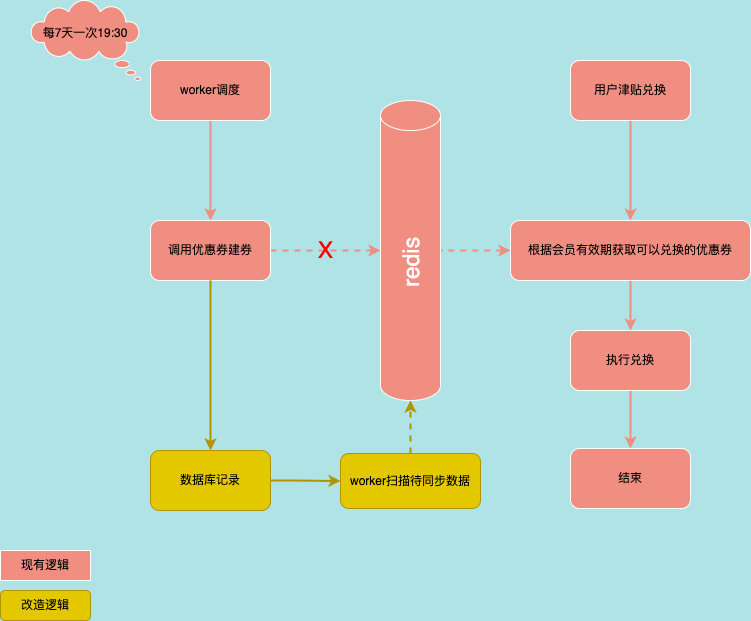
The draw.io diagram 自动建券.png in 845642761/diagram, before a commit. Source tidied: cells renumbered, new cells last; positions are measured from the earlier drawing's top-left corner, leaving out a move shared by most shapes.
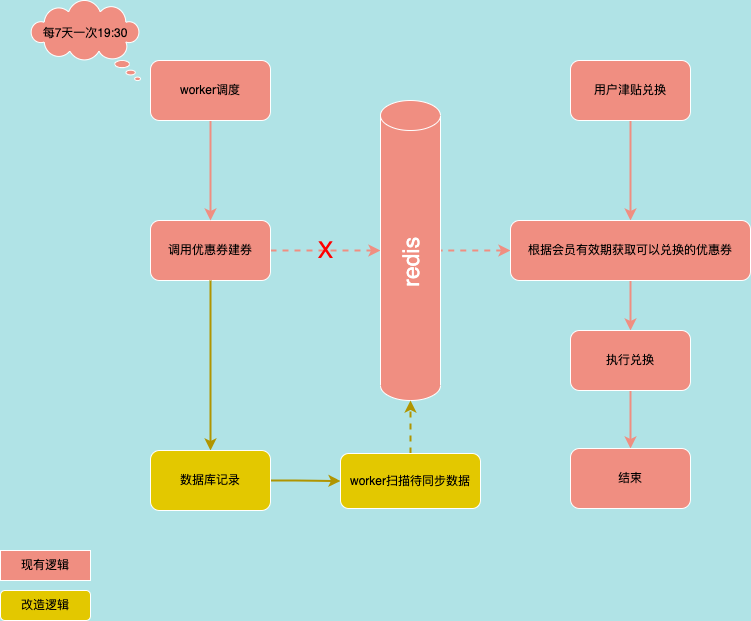
After the change.

Commit message:
更新自动建券.png

Change to the diagram source:
```diff
@@ -50,19 +50,19 @@
     <mxCell id="17" style="edgeStyle=orthogonalEdgeStyle;curved=0;rounded=1;sketch=0;jettySize=auto;html=1;fontSize=12;fontColor=default;startArrow=none;startFill=0;strokeColor=#B09500;strokeWidth=2;fillColor=#e3c800;" parent="1" edge="1" source="18" target="20">
       <mxGeometry relative="1" as="geometry" />
     </mxCell>
-    <mxCell id="18" value="数据库记录" style="whiteSpace=wrap;html=1;fillColor=#e3c800;strokeColor=#B09500;rounded=1;sketch=0;fontColor=#000000;" parent="1" vertex="1">
+    <mxCell id="18" value="数据库记录" style="whiteSpace=wrap;html=1;fillColor=#e3c800;strokeColor=#FFFFFF;rounded=1;sketch=0;fontColor=#000000;" parent="1" vertex="1">
       <mxGeometry x="150" y="450" width="120" height="60" as="geometry" />
     </mxCell>
     <mxCell id="19" style="edgeStyle=orthogonalEdgeStyle;curved=0;rounded=1;sketch=0;jettySize=auto;html=1;entryX=0.5;entryY=1;entryDx=0;entryDy=0;entryPerimeter=0;fontSize=12;fontColor=default;startArrow=none;startFill=0;strokeColor=#B09500;strokeWidth=2;dashed=1;fillColor=#e3c800;" parent="1" edge="1" source="20" target="13">
       <mxGeometry relative="1" as="geometry" />
     </mxCell>
-    <mxCell id="20" value="worker扫描待同步数据" style="whiteSpace=wrap;html=1;fillColor=#e3c800;strokeColor=#B09500;rounded=1;sketch=0;fontColor=#000000;" parent="1" vertex="1">
+    <mxCell id="20" value="worker扫描待同步数据" style="whiteSpace=wrap;html=1;fillColor=#e3c800;strokeColor=#FFFFFF;rounded=1;sketch=0;fontColor=#000000;" parent="1" vertex="1">
       <mxGeometry x="340" y="453" width="140" height="55" as="geometry" />
     </mxCell>
     <mxCell id="21" value="现有逻辑" style="rounded=0;whiteSpace=wrap;html=1;labelBackgroundColor=none;sketch=0;fontSize=12;fontColor=#000000;strokeColor=#FFFFFF;fillColor=#F08E81;" parent="1" vertex="1">
       <mxGeometry y="550" width="90" height="30" as="geometry" />
     </mxCell>
-    <mxCell id="22" value="改造逻辑" style="rounded=1;whiteSpace=wrap;html=1;labelBackgroundColor=none;sketch=0;fontSize=12;fontColor=#000000;strokeColor=#B09500;fillColor=#e3c800;" parent="1" vertex="1">
+    <mxCell id="22" value="改造逻辑" style="rounded=1;whiteSpace=wrap;html=1;labelBackgroundColor=none;sketch=0;fontSize=12;fontColor=#000000;strokeColor=#FFFFFF;fillColor=#e3c800;" parent="1" vertex="1">
       <mxGeometry y="590" width="90" height="30" as="geometry" />
     </mxCell>
   </root>
```
